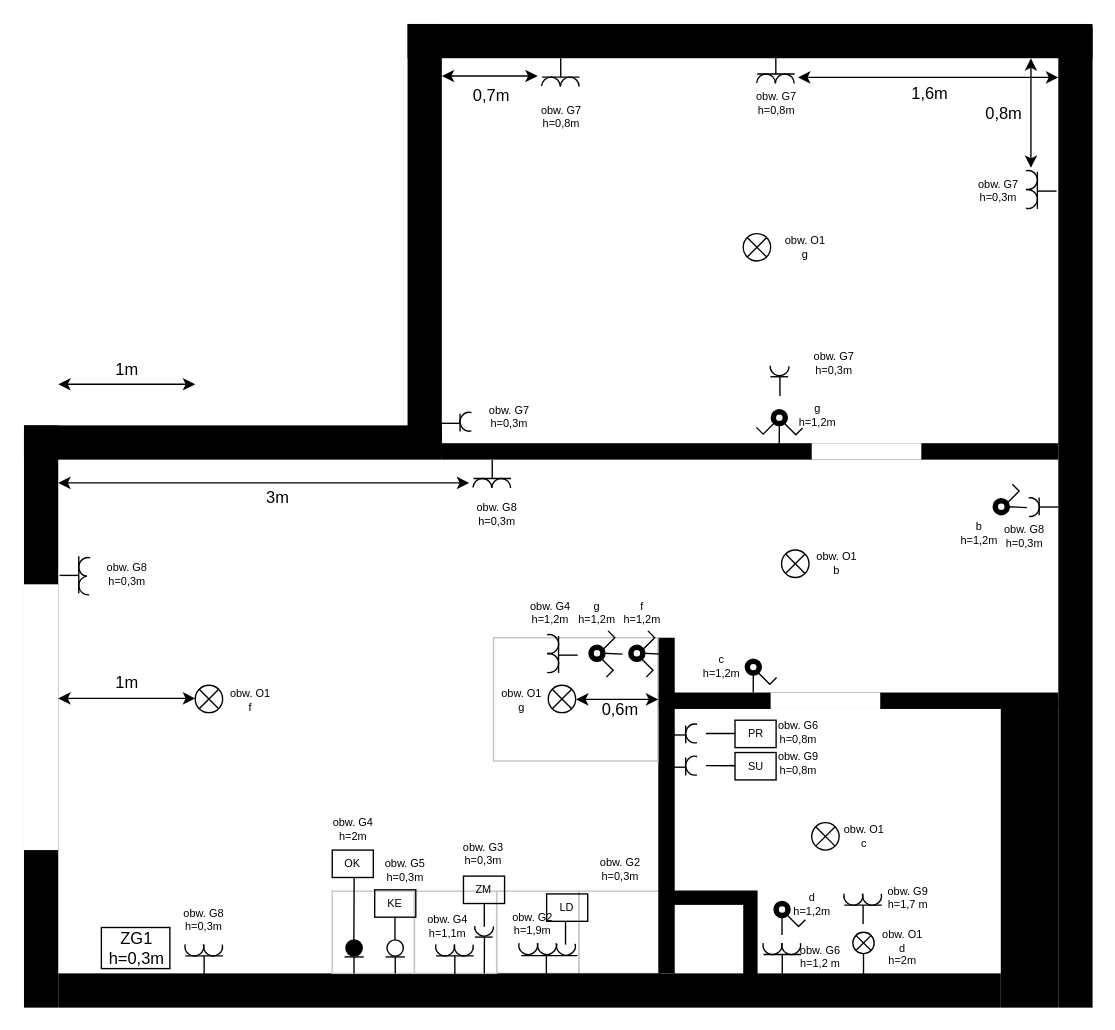
arkadiuszpasek/drawio keeps this draw.io diagram as Untitled Diagram.drawio. Above is the earlier version. Source tidied: cells renumbered, new cells numbered last; positions are measured from the earlier drawing's top-left corner, leaving out a move shared by most shapes. Both pictures are drawn from the tidied source at 137%, with x=0, y=0 at pixel (23, 23).
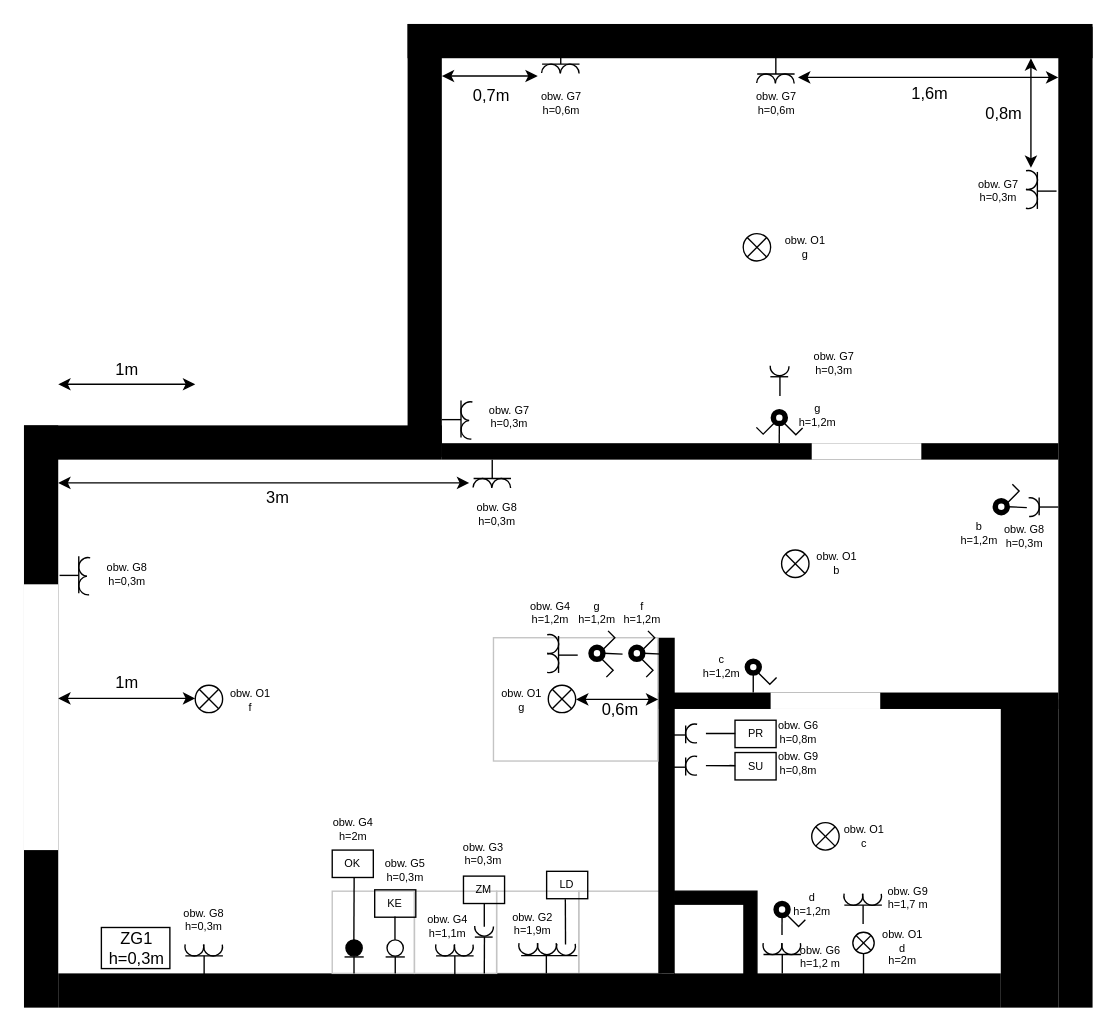
After the change.

What changed in the source:
```diff
@@
     <mxCell id="111" style="group;" parent="1" vertex="1">
-      <mxGeometry x="375" y="25" width="36.5" height="57.5" as="geometry" />
+      <mxGeometry x="375" y="15.5" width="36.5" height="57.5" as="geometry" />
     </mxCell>
@@
-    <mxCell id="116" value="&lt;div style=&quot;font-size: 8px;&quot;&gt;obw. G7&lt;/div&gt;&lt;div style=&quot;font-size: 8px;&quot;&gt;h=0,8m&lt;/div&gt;" style="text;html=1;align=center;verticalAlign=middle;strokeColor=none;fillColor=none;fontSize=8;" parent="111" vertex="1">
+    <mxCell id="116" value="&lt;div style=&quot;font-size: 8px&quot;&gt;obw. G7&lt;/div&gt;&lt;div style=&quot;font-size: 8px&quot;&gt;h=0,6m&lt;/div&gt;" style="text;html=1;align=center;verticalAlign=middle;strokeColor=none;fillColor=none;fontSize=8;" parent="111" vertex="1">
       <mxGeometry x="-3.5" y="27.5" width="40" height="30" as="geometry" />
     </mxCell>
@@
-    <mxCell id="124" style="group;rotation=90;" parent="1" vertex="1">
-      <mxGeometry x="310.3" y="275.5" width="18.7" height="30.5" as="geometry" />
-    </mxCell>
-    <mxCell id="125" style="endArrow=none;html=1;rounded=0;strokeColor=#000000;strokeWidth=1;" parent="124" edge="1">
-      <mxGeometry relative="1" as="geometry">
-        <mxPoint x="-6" y="16" as="sourcePoint" />
-        <mxPoint x="8" y="16" as="targetPoint" />
-      </mxGeometry>
-    </mxCell>
-    <mxCell id="126" style="endArrow=none;html=1;rounded=0;strokeColor=#000000;strokeWidth=1;" parent="124" edge="1">
-      <mxGeometry relative="1" as="geometry">
-        <mxPoint x="8" y="9" as="sourcePoint" />
-        <mxPoint x="8" y="22" as="targetPoint" />
-      </mxGeometry>
-    </mxCell>
-    <mxCell id="127" style="verticalLabelPosition=bottom;verticalAlign=top;html=1;shape=mxgraph.basic.arc;startAngle=0.3;endAngle=0.8683723776933644;strokeColor=#000000;strokeWidth=1;fillColor=#000000;rotation=60;" parent="124" vertex="1">
-      <mxGeometry x="8" y="8" width="13.7" height="13.7" as="geometry" />
-    </mxCell>
@@
-    <mxCell id="145" value="&lt;div style=&quot;font-size: 8px;&quot;&gt;obw. G7&lt;/div&gt;&lt;div style=&quot;font-size: 8px;&quot;&gt;h=0,8m&lt;/div&gt;" style="text;html=1;align=center;verticalAlign=middle;strokeColor=none;fillColor=none;fontSize=8;" parent="1" vertex="1">
+    <mxCell id="145" value="&lt;div style=&quot;font-size: 8px&quot;&gt;obw. G7&lt;/div&gt;&lt;div style=&quot;font-size: 8px&quot;&gt;h=0,6m&lt;/div&gt;" style="text;html=1;align=center;verticalAlign=middle;strokeColor=none;fillColor=none;fontSize=8;" parent="1" vertex="1">
       <mxGeometry x="529.3" y="43" width="40" height="30" as="geometry" />
     </mxCell>
@@
-    <mxCell id="156" style="endArrow=none;html=1;rounded=0;fontSize=12;fontColor=#000000;strokeColor=#000000;strokeWidth=1;" parent="1" edge="1">
+    <mxCell id="156" style="endArrow=none;html=1;rounded=0;fontSize=12;fontColor=#000000;strokeColor=#000000;strokeWidth=1;entryX=0.455;entryY=1.019;entryDx=0;entryDy=0;entryPerimeter=0;" parent="1" edge="1" target="163">
       <mxGeometry relative="1" as="geometry">
         <mxPoint x="395.3" y="672" as="sourcePoint" />
-        <mxPoint x="395.3" y="655" as="targetPoint" />
       </mxGeometry>
     </mxCell>
@@
     <mxCell id="163" value="LD" style="text;align=center;verticalAlign=middle;points=[];strokeColor=default;fillColor=none;fontSize=8;fontColor=#000000;" parent="1" vertex="1">
-      <mxGeometry x="381.5" y="635" width="30" height="20" as="geometry" />
+      <mxGeometry x="381.5" y="618.5" width="30" height="20" as="geometry" />
     </mxCell>
@@
-    <mxCell id="165" value="&lt;div style=&quot;font-size: 8px&quot;&gt;obw. G2&lt;/div&gt;&lt;div style=&quot;font-size: 8px&quot;&gt;h=0,3m&lt;/div&gt;" style="text;html=1;align=center;verticalAlign=middle;strokeColor=none;fillColor=none;fontSize=8;" parent="1" vertex="1">
-      <mxGeometry x="415" y="602" width="40" height="30" as="geometry" />
-    </mxCell>
@@
+    <mxCell id="205" style="group;" parent="1" vertex="1">
+      <mxGeometry x="305" y="273" width="30.5" height="32.8" as="geometry" />
+    </mxCell>
+    <mxCell id="206" style="endArrow=none;html=1;rounded=0;strokeColor=#000000;strokeWidth=1;" parent="205" edge="1">
+      <mxGeometry relative="1" as="geometry">
+        <mxPoint y="15.8" as="sourcePoint" />
+        <mxPoint x="14" y="15.8" as="targetPoint" />
+      </mxGeometry>
+    </mxCell>
+    <mxCell id="207" style="endArrow=none;html=1;rounded=0;strokeColor=#000000;strokeWidth=1;" parent="205" edge="1">
+      <mxGeometry relative="1" as="geometry">
+        <mxPoint x="14" y="28.8" as="sourcePoint" />
+        <mxPoint x="14" y="1.8" as="targetPoint" />
+      </mxGeometry>
+    </mxCell>
+    <mxCell id="208" style="verticalLabelPosition=bottom;verticalAlign=top;html=1;shape=mxgraph.basic.arc;startAngle=0.3406090085310912;endAngle=0.8514196003319313;strokeColor=#000000;strokeWidth=1;fillColor=#000000;rotation=-45;flipV=1;" parent="205" vertex="1">
+      <mxGeometry x="14" y="2.8" width="13.7" height="13.7" as="geometry" />
+    </mxCell>
+    <mxCell id="209" style="verticalLabelPosition=bottom;verticalAlign=top;html=1;shape=mxgraph.basic.arc;startAngle=0.3508128603568878;endAngle=0.8461782085554137;strokeColor=#000000;strokeWidth=1;fillColor=#000000;rotation=-312;" parent="205" vertex="1">
+      <mxGeometry x="14" y="16.3" width="13.7" height="13.7" as="geometry" />
+    </mxCell>
```
